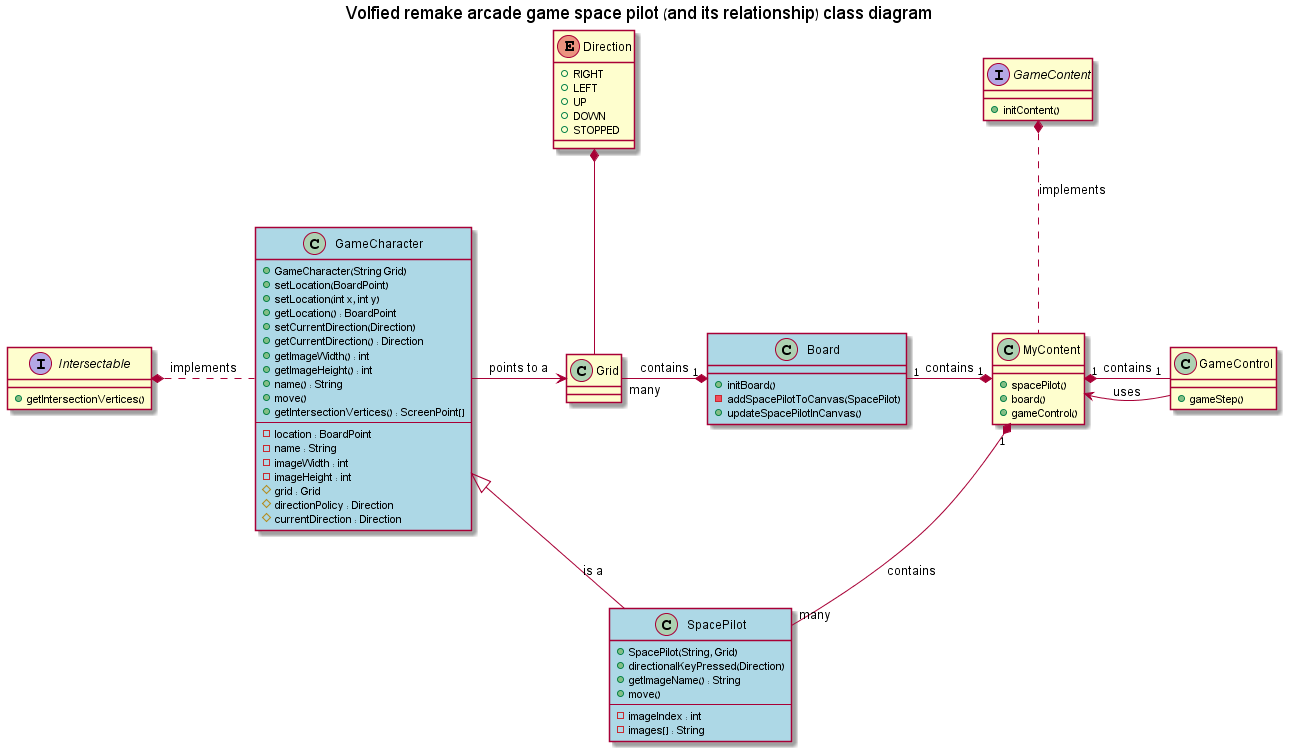
The PlantUML diagram Design/Volfied_SpacePilotClassDiagram4Presentation.png in Y2PTechnion/TechnionFinalProject, before a commit. The source it was exported from:
```plantuml
@startuml

title Volfied remake arcade game space pilot (and its relationship) class diagram

interface GameContent {
	+initContent()
}

class MyContent {
	+spacePilot()
	+board()
	+gameControl()
}

MyContent .up.* GameContent : implements

interface Intersectable {
	+ getIntersectionVertices()
}


enum Direction {
	+RIGHT
	+LEFT
	+UP
	+DOWN
	+STOPPED
}

class Grid {
}

Direction *-down- Grid

class Board #back:lightblue {
	+initBoard()
	-addSpacePilotToCanvas(SpacePilot)
	+updateSpacePilotInCanvas()
}

Board "1" *-left- "many" Grid : contains

class SpacePilot #back:lightblue {
	+SpacePilot(String, Grid)
	+directionalKeyPressed(Direction)
	+getImageName() : String
	+move()
	--
	-imageIndex : int
	-images[] : String
}


class GameCharacter #back:lightblue {
	+GameCharacter(String Grid)
	+setLocation(BoardPoint)
	+setLocation(int x, int y)
	+getLocation() : BoardPoint
	+setCurrentDirection(Direction)
	+getCurrentDirection() : Direction
	+getImageWidth() : int
	+getImageHeight() : int
	+name() : String
	+move()
	+getIntersectionVertices() : ScreenPoint[]
	--
	-location : BoardPoint
	-name : String
	-imageWidth : int
	-imageHeight : int
	#grid : Grid
	#directionPolicy : Direction
	#currentDirection : Direction
}


SpacePilot -left-|> GameCharacter  : is a
GameCharacter .left.* Intersectable : implements
GameCharacter -> Grid : points to a


class GameControl {
	+gameStep()
}

MyContent "1" *-right- "1" GameControl : contains
MyContent "1" *-left- "1" Board : contains
MyContent "1" *-down- "many" SpacePilot : contains

GameControl --> MyContent : uses


@enduml
```
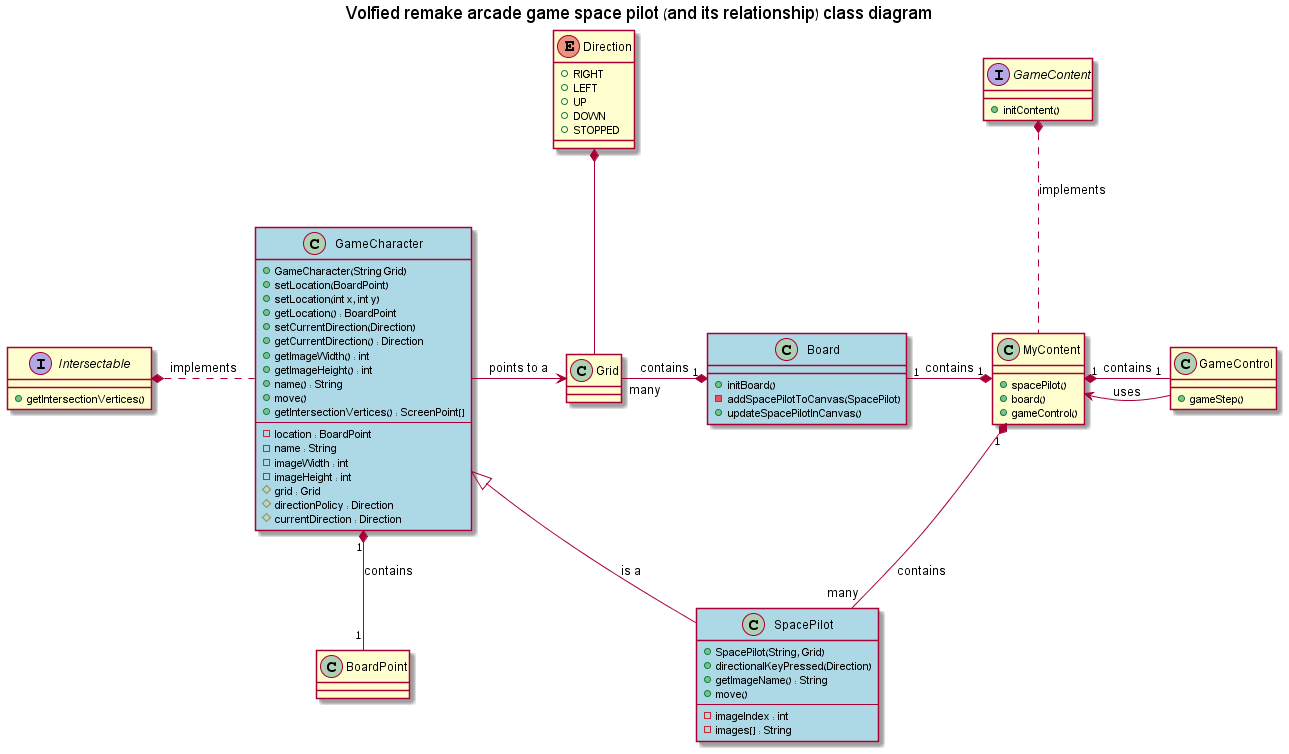
After the commit.

The edit, as a diff of the source:
```diff
@@ -28,6 +28,9 @@
 }
 
 class Grid {
+}
+
+class BoardPoint {
 }
 
 Direction *-down- Grid
@@ -77,6 +80,7 @@
 SpacePilot -left-|> GameCharacter  : is a
 GameCharacter .left.* Intersectable : implements
 GameCharacter -> Grid : points to a
+GameCharacter "1" *-- "1" BoardPoint : contains
 
 
 class GameControl {
```
